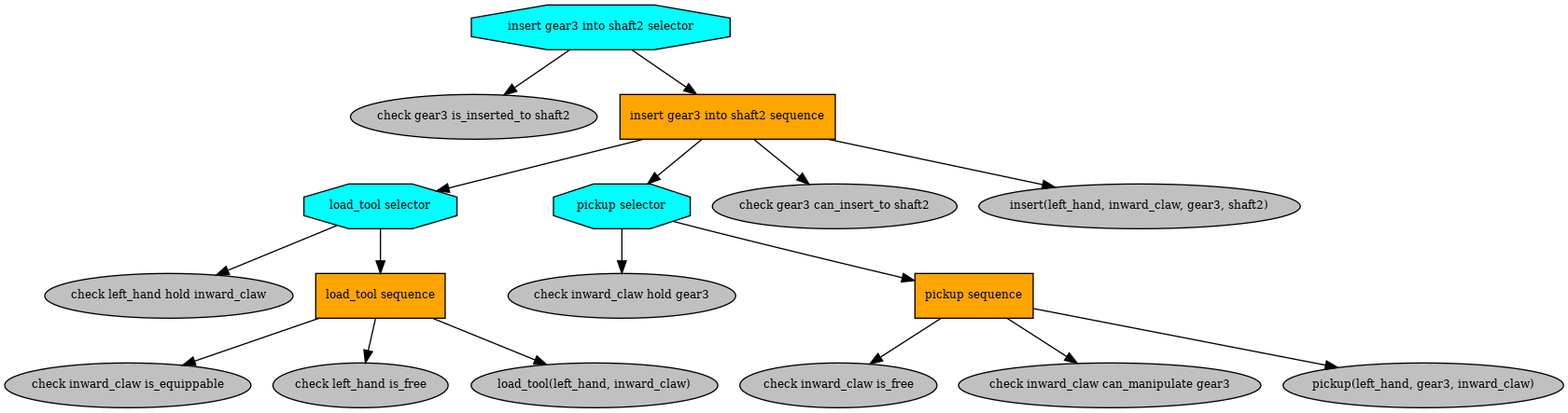
ProNeverFake/kios keeps this Graphviz diagram as kios_bt_planning/insert_gear3_into_shaft2_selector.png. Above is the earlier version. Its source is kept beside it as kios_bt_planning/insert_gear3_into_shaft2_selector.dot. Its diagram source:
```dot
digraph pastafarianism {
ordering=out;
graph [fontname="times-roman"];
node [fontname="times-roman"];
edge [fontname="times-roman"];
"insert gear3 into shaft2 selector" [fillcolor=cyan, fontcolor=black, fontsize=9, label="insert gear3 into shaft2 selector", shape=octagon, style=filled];
"check gear3 is_inserted_to shaft2" [fillcolor=gray, fontcolor=black, fontsize=9, label="check gear3 is_inserted_to shaft2", shape=ellipse, style=filled];
"insert gear3 into shaft2 selector" -> "check gear3 is_inserted_to shaft2";
"insert gear3 into shaft2 sequence" [fillcolor=orange, fontcolor=black, fontsize=9, label="insert gear3 into shaft2 sequence", shape=box, style=filled];
"insert gear3 into shaft2 selector" -> "insert gear3 into shaft2 sequence";
"load_tool selector" [fillcolor=cyan, fontcolor=black, fontsize=9, label="load_tool selector", shape=octagon, style=filled];
"insert gear3 into shaft2 sequence" -> "load_tool selector";
"check left_hand hold inward_claw" [fillcolor=gray, fontcolor=black, fontsize=9, label="check left_hand hold inward_claw", shape=ellipse, style=filled];
"load_tool selector" -> "check left_hand hold inward_claw";
"load_tool sequence" [fillcolor=orange, fontcolor=black, fontsize=9, label="load_tool sequence", shape=box, style=filled];
"load_tool selector" -> "load_tool sequence";
"check inward_claw is_equippable" [fillcolor=gray, fontcolor=black, fontsize=9, label="check inward_claw is_equippable", shape=ellipse, style=filled];
"load_tool sequence" -> "check inward_claw is_equippable";
"check left_hand is_free" [fillcolor=gray, fontcolor=black, fontsize=9, label="check left_hand is_free", shape=ellipse, style=filled];
"load_tool sequence" -> "check left_hand is_free";
"load_tool(left_hand, inward_claw)" [fillcolor=gray, fontcolor=black, fontsize=9, label="load_tool(left_hand, inward_claw)", shape=ellipse, style=filled];
"load_tool sequence" -> "load_tool(left_hand, inward_claw)";
"pickup selector" [fillcolor=cyan, fontcolor=black, fontsize=9, label="pickup selector", shape=octagon, style=filled];
"insert gear3 into shaft2 sequence" -> "pickup selector";
"check inward_claw hold gear3" [fillcolor=gray, fontcolor=black, fontsize=9, label="check inward_claw hold gear3", shape=ellipse, style=filled];
"pickup selector" -> "check inward_claw hold gear3";
"pickup sequence" [fillcolor=orange, fontcolor=black, fontsize=9, label="pickup sequence", shape=box, style=filled];
"pickup selector" -> "pickup sequence";
"check inward_claw is_free" [fillcolor=gray, fontcolor=black, fontsize=9, label="check inward_claw is_free", shape=ellipse, style=filled];
"pickup sequence" -> "check inward_claw is_free";
"check inward_claw can_manipulate gear3" [fillcolor=gray, fontcolor=black, fontsize=9, label="check inward_claw can_manipulate gear3", shape=ellipse, style=filled];
"pickup sequence" -> "check inward_claw can_manipulate gear3";
"pickup(left_hand, gear3, inward_claw)" [fillcolor=gray, fontcolor=black, fontsize=9, label="pickup(left_hand, gear3, inward_claw)", shape=ellipse, style=filled];
"pickup sequence" -> "pickup(left_hand, gear3, inward_claw)";
"check gear3 can_insert_to shaft2" [fillcolor=gray, fontcolor=black, fontsize=9, label="check gear3 can_insert_to shaft2", shape=ellipse, style=filled];
"insert gear3 into shaft2 sequence" -> "check gear3 can_insert_to shaft2";
"insert(left_hand, inward_claw, gear3, shaft2)" [fillcolor=gray, fontcolor=black, fontsize=9, label="insert(left_hand, inward_claw, gear3, shaft2)", shape=ellipse, style=filled];
"insert gear3 into shaft2 sequence" -> "insert(left_hand, inward_claw, gear3, shaft2)";
}
```
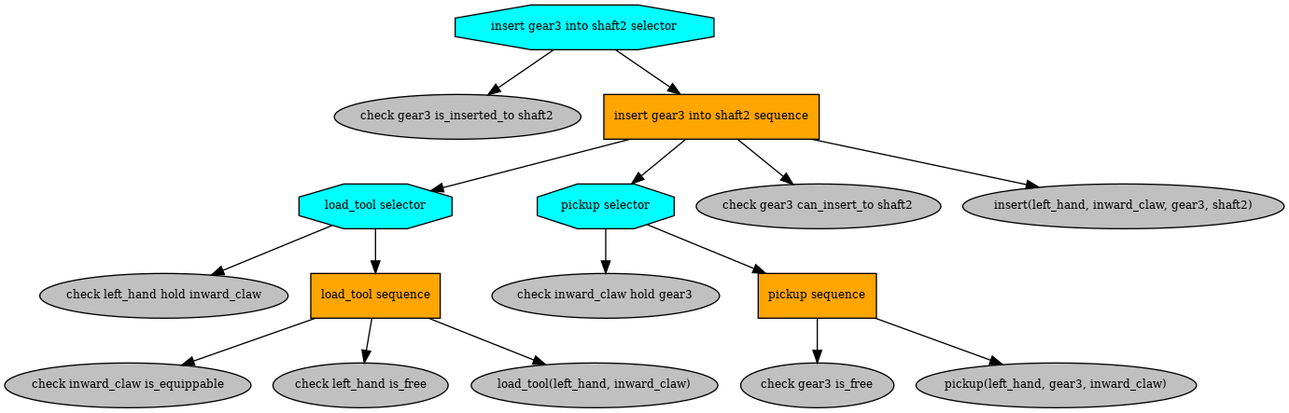
After the change.

Change to the diagram source:
```diff
@@ -26,10 +26,8 @@
 "pickup selector" -> "check inward_claw hold gear3";
 "pickup sequence" [fillcolor=orange, fontcolor=black, fontsize=9, label="pickup sequence", shape=box, style=filled];
 "pickup selector" -> "pickup sequence";
-"check inward_claw is_free" [fillcolor=gray, fontcolor=black, fontsize=9, label="check inward_claw is_free", shape=ellipse, style=filled];
-"pickup sequence" -> "check inward_claw is_free";
-"check inward_claw can_manipulate gear3" [fillcolor=gray, fontcolor=black, fontsize=9, label="check inward_claw can_manipulate gear3", shape=ellipse, style=filled];
-"pickup sequence" -> "check inward_claw can_manipulate gear3";
+"check gear3 is_free" [fillcolor=gray, fontcolor=black, fontsize=9, label="check gear3 is_free", shape=ellipse, style=filled];
+"pickup sequence" -> "check gear3 is_free";
 "pickup(left_hand, gear3, inward_claw)" [fillcolor=gray, fontcolor=black, fontsize=9, label="pickup(left_hand, gear3, inward_claw)", shape=ellipse, style=filled];
 "pickup sequence" -> "pickup(left_hand, gear3, inward_claw)";
 "check gear3 can_insert_to shaft2" [fillcolor=gray, fontcolor=black, fontsize=9, label="check gear3 can_insert_to shaft2", shape=ellipse, style=filled];
```
